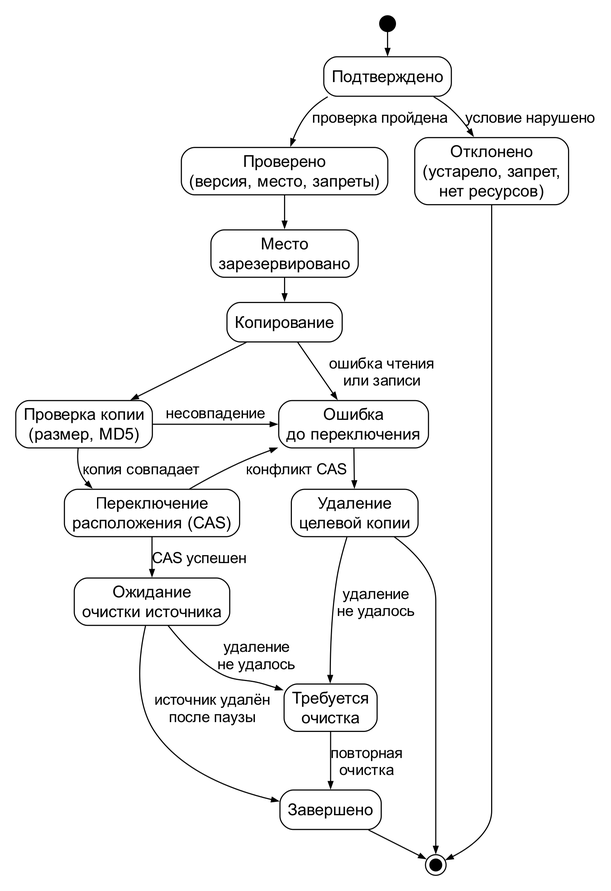
The Graphviz diagram 40 - Projects/Диплом/images/migration_states.png in WithSoull/obsidian, before a commit. Its source is kept beside it as 40 - Projects/Диплом/images/src/migration_states.dot. Its diagram source:
```dot
digraph migration_states {
  graph [rankdir=TB, fontname="Arial", nodesep=0.35, ranksep=0.3, pad=0.2];
  node  [shape=box, style=rounded, fontname="Arial", fontsize=15, margin="0.1,0.05"];
  edge  [fontname="Arial", fontsize=14, arrowsize=0.6];

  init [label="", shape=circle, style=filled, fillcolor=black, width=0.2];
  approved  [label="Подтверждено"];
  validated [label="Проверено\n(версия, место, запреты)"];
  reserved  [label="Место\nзарезервировано"];
  copying   [label="Копирование"];
  verifying [label="Проверка копии\n(размер, MD5)"];
  switching [label="Переключение\nрасположения (CAS)"];
  cleanup   [label="Ожидание\nочистки источника"];
  done      [label="Завершено"];
  rejected  [label="Отклонено\n(устарело, запрет,\nнет ресурсов)"];
  failed    [label="Ошибка\nдо переключения"];
  dropcopy  [label="Удаление\nцелевой копии"];
  orphan    [label="Требуется\nочистка"];
  fin  [label="", shape=doublecircle, style=filled, fillcolor=black, width=0.15];

  init -> approved;
  approved -> validated [label="проверка пройдена"];
  approved -> rejected  [label="условие нарушено"];
  validated -> reserved -> copying -> verifying;
  verifying -> switching [label="копия совпадает"];
  copying -> failed [label="ошибка чтения\nили записи"];
  verifying -> failed [label="несовпадение"];
  switching -> cleanup [label="CAS успешен"];
  switching -> failed [label="конфликт CAS"];
  failed -> dropcopy;
  dropcopy -> fin;
  dropcopy -> orphan [label="удаление\nне удалось"];
  cleanup -> done [label="источник удалён\nпосле паузы"];
  cleanup -> orphan [label="удаление\nне удалось"];
  orphan -> done [label="повторная\nочистка"];
  rejected -> fin;
  done -> fin;
  {rank=same; validated; rejected;}
  {rank=same; verifying; failed;}
  {rank=same; switching; dropcopy;}
}
```
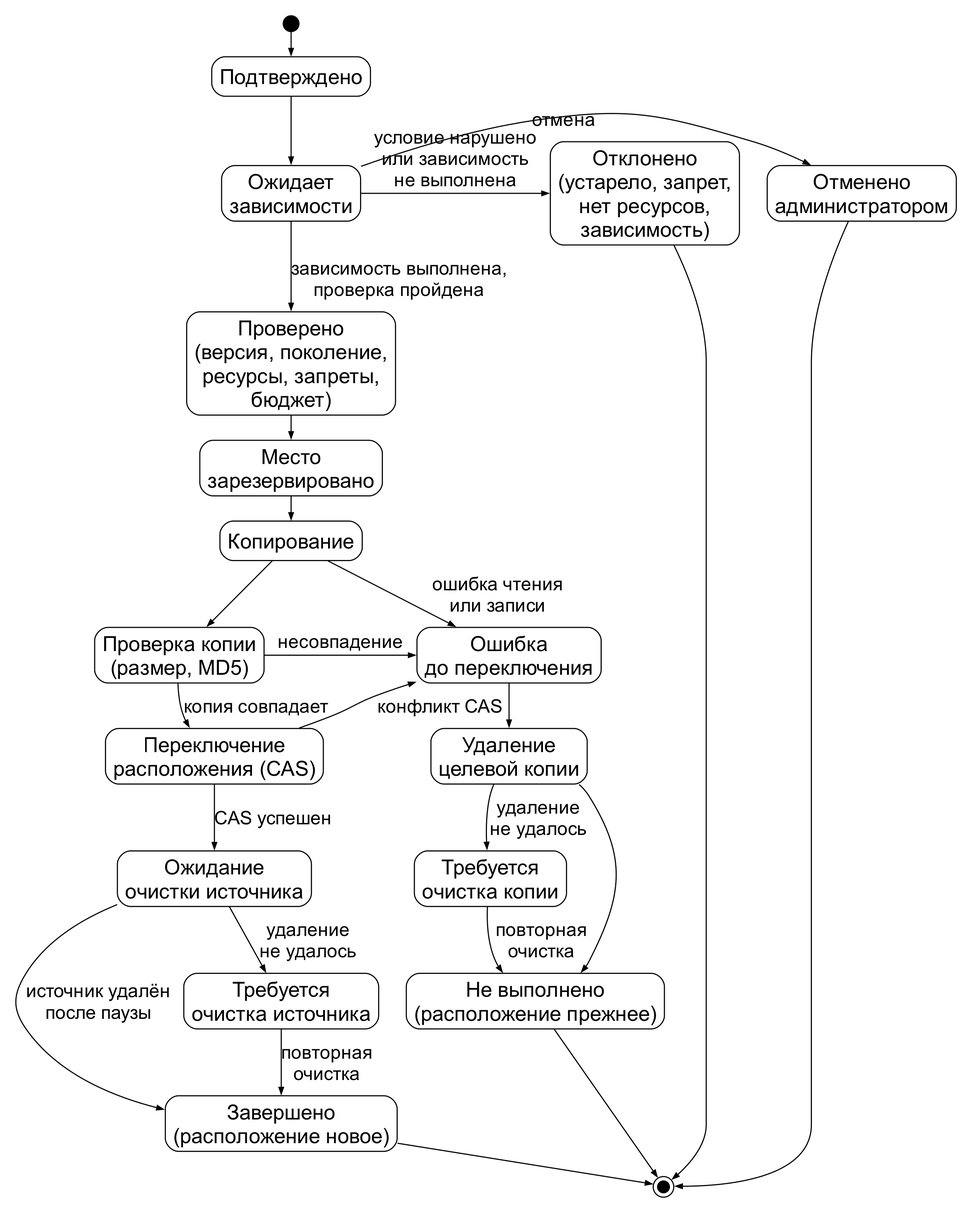
The same diagram one commit later.

Diff of the diagram source:
```diff
@@ -1,26 +1,32 @@
 digraph migration_states {
   graph [rankdir=TB, fontname="Arial", nodesep=0.35, ranksep=0.3, pad=0.2];
-  node  [shape=box, style=rounded, fontname="Arial", fontsize=15, margin="0.1,0.05"];
-  edge  [fontname="Arial", fontsize=14, arrowsize=0.6];
+  node  [shape=box, style=rounded, fontname="Arial", fontsize=19, margin="0.1,0.05"];
+  edge  [fontname="Arial", fontsize=17, arrowsize=0.6];
 
   init [label="", shape=circle, style=filled, fillcolor=black, width=0.2];
   approved  [label="Подтверждено"];
-  validated [label="Проверено\n(версия, место, запреты)"];
+  waitdep   [label="Ожидает\nзависимости"];
+  validated [label="Проверено\n(версия, поколение,\nресурсы, запреты,\nбюджет)"];
   reserved  [label="Место\nзарезервировано"];
   copying   [label="Копирование"];
   verifying [label="Проверка копии\n(размер, MD5)"];
   switching [label="Переключение\nрасположения (CAS)"];
   cleanup   [label="Ожидание\nочистки источника"];
-  done      [label="Завершено"];
-  rejected  [label="Отклонено\n(устарело, запрет,\nнет ресурсов)"];
+  done      [label="Завершено\n(расположение новое)"];
+  notdone   [label="Не выполнено\n(расположение прежнее)"];
+  cancelled [label="Отменено\nадминистратором"];
+  rejected  [label="Отклонено\n(устарело, запрет,\nнет ресурсов,\nзависимость)"];
   failed    [label="Ошибка\nдо переключения"];
   dropcopy  [label="Удаление\nцелевой копии"];
-  orphan    [label="Требуется\nочистка"];
+  orphansrc [label="Требуется\nочистка источника"];
+  orphancp  [label="Требуется\nочистка копии"];
   fin  [label="", shape=doublecircle, style=filled, fillcolor=black, width=0.15];
 
   init -> approved;
-  approved -> validated [label="проверка пройдена"];
-  approved -> rejected  [label="условие нарушено"];
+  approved -> waitdep;
+  waitdep -> validated [label="зависимость выполнена,\nпроверка пройдена"];
+  waitdep -> cancelled [label="отмена"];
+  waitdep -> rejected  [label="условие нарушено\nили зависимость\nне выполнена"];
   validated -> reserved -> copying -> verifying;
   verifying -> switching [label="копия совпадает"];
   copying -> failed [label="ошибка чтения\nили записи"];
@@ -28,14 +34,17 @@
   switching -> cleanup [label="CAS успешен"];
   switching -> failed [label="конфликт CAS"];
   failed -> dropcopy;
-  dropcopy -> fin;
-  dropcopy -> orphan [label="удаление\nне удалось"];
+  dropcopy -> notdone;
+  dropcopy -> orphancp [label="удаление\nне удалось"];
+  orphancp -> notdone [label="повторная\nочистка"];
   cleanup -> done [label="источник удалён\nпосле паузы"];
-  cleanup -> orphan [label="удаление\nне удалось"];
-  orphan -> done [label="повторная\nочистка"];
+  cleanup -> orphansrc [label="удаление\nне удалось"];
+  orphansrc -> done [label="повторная\nочистка"];
   rejected -> fin;
+  cancelled -> fin;
+  notdone -> fin;
   done -> fin;
-  {rank=same; validated; rejected;}
+  {rank=same; waitdep; rejected; cancelled;}
   {rank=same; verifying; failed;}
   {rank=same; switching; dropcopy;}
 }
```
